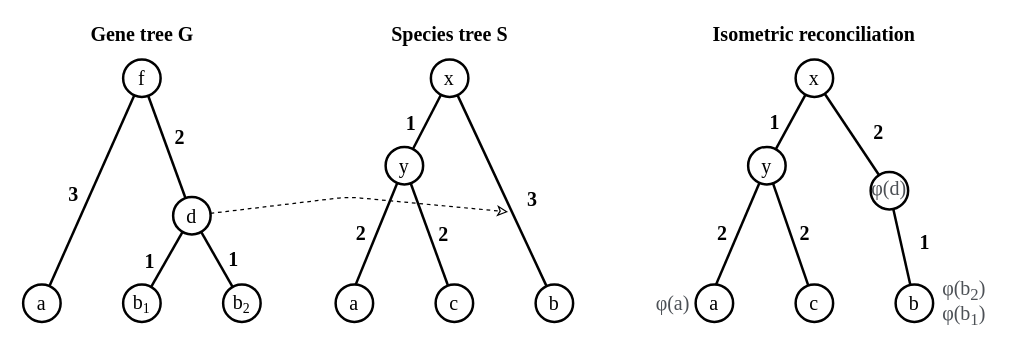
Above: latex_diploma_thesis/figures/isometric_reconciliation.drawio in mihalova/diploma_thesis (draw.io), before the change. Source tidied: cells renumbered, new cells numbered last; positions are measured from the earlier drawing's top-left corner, leaving out a move shared by most shapes. Both pictures are drawn from the tidied source at 125%, with x=0, y=0 at pixel (22, 21).
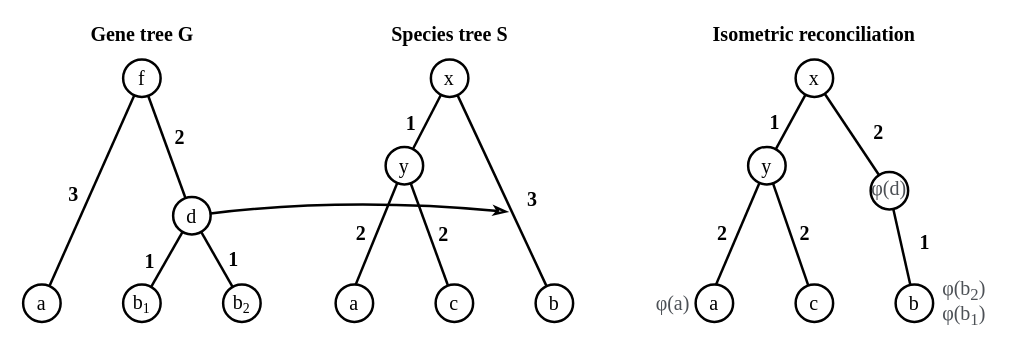
Above is the later version.

The change refers to these unchanged cells:
```xml
<mxCell id="7" value="&lt;font style=&quot;font-size: 16px;&quot;&gt;d&lt;/font&gt;" style="ellipse;whiteSpace=wrap;html=1;strokeWidth=2;fontSize=16;fontFamily=Times New Roman;" parent="1" vertex="1">
  <mxGeometry x="120" y="140" width="30" height="30" as="geometry" />
</mxCell>
```

The edit, as a diff of the source:
```diff
@@
-    <mxCell id="22" style="endArrow=classic;html=1;dashed=1;fontFamily=Times New Roman;fontSize=16;endFill=0;" parent="1" edge="1" source="7">
+    <mxCell id="22" style="endArrow=classicThin;html=1;fontFamily=Times New Roman;fontSize=16;endFill=0;curved=1;strokeWidth=2;" parent="1" edge="1" source="7">
       <mxGeometry relative="1" as="geometry">
         <mxPoint x="388" y="152" as="targetPoint" />
         <Array as="points">
           <mxPoint x="260" y="140" />
         </Array>
       </mxGeometry>
     </mxCell>
```
